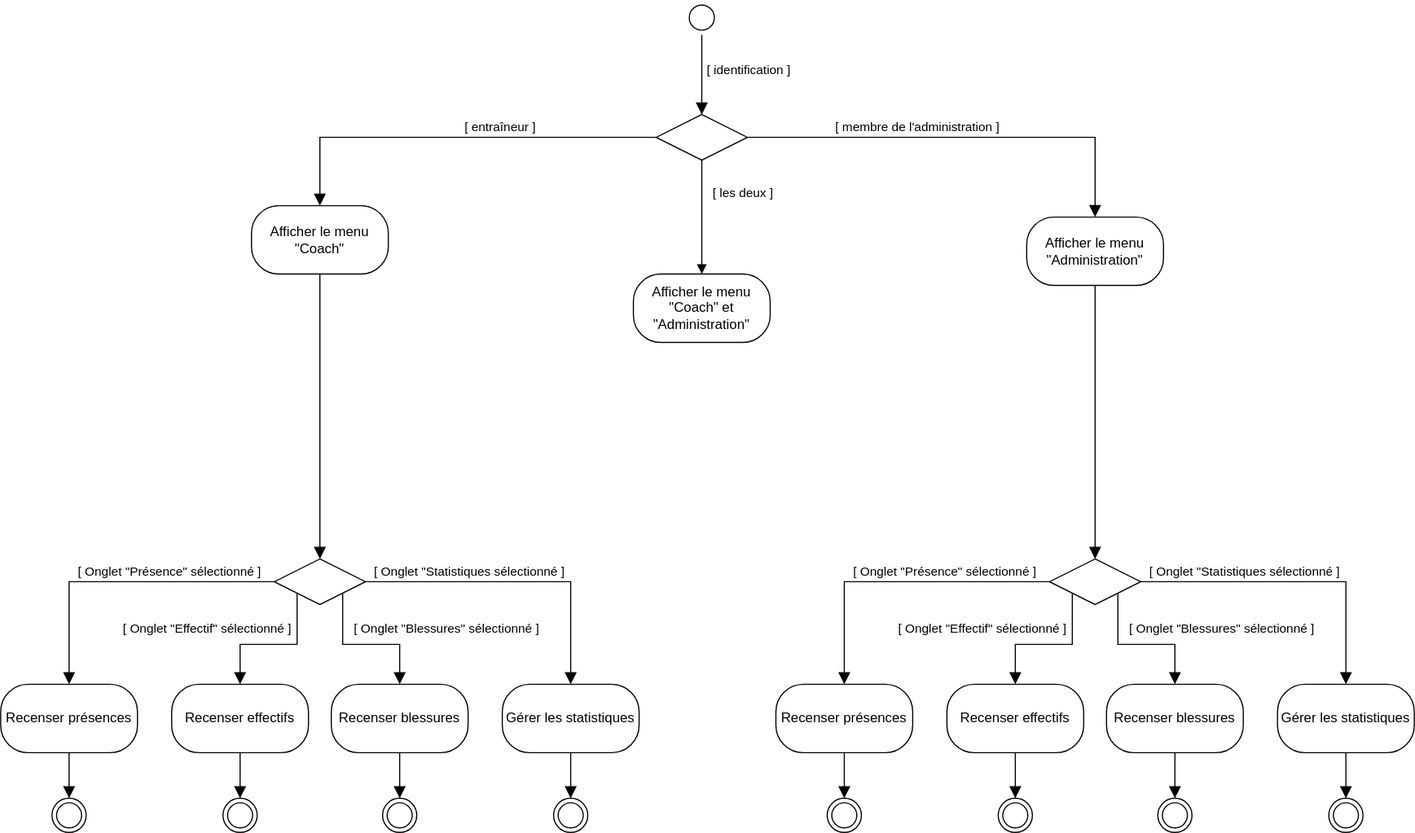
Above: UML/Diagrammes d'activité/Diagramme_Acitivité_Application.svg in CyberHati/Application_Gestion-d-effectif (draw.io), before the change. Source tidied: cells renumbered, new cells last; positions are measured from the earlier drawing's top-left corner, leaving out a move shared by most shapes. The source it was exported from:
```xml
<mxGraphModel>
  <root>
    <mxCell id="0" />
    <mxCell id="1" parent="0" />
    <mxCell id="2" style="ellipse;html=1;shape=startState;" parent="1" vertex="1">
      <mxGeometry x="600" width="30" height="30" as="geometry" />
    </mxCell>
    <mxCell id="3" style="edgeStyle=orthogonalEdgeStyle;html=1;verticalAlign=bottom;endArrow=block;endSize=8;rounded=0;endFill=1;exitX=0.5;exitY=1;exitDx=0;exitDy=0;entryX=0.5;entryY=0;entryDx=0;entryDy=0;" parent="1" edge="1" source="2" target="8">
      <mxGeometry relative="1" as="geometry" />
    </mxCell>
    <mxCell id="4" value="[ identification ]" style="edgeLabel;html=1;align=center;verticalAlign=middle;" parent="3" vertex="1">
      <mxGeometry x="-0.14" y="2" relative="1" as="geometry">
        <mxPoint x="38" as="offset" />
      </mxGeometry>
    </mxCell>
    <mxCell id="5" value="Afficher le menu &quot;Coach&quot;" style="rounded=1;whiteSpace=wrap;html=1;arcSize=40;" parent="1" vertex="1">
      <mxGeometry x="220" y="180" width="120" height="60" as="geometry" />
    </mxCell>
    <mxCell id="6" style="edgeStyle=orthogonalEdgeStyle;rounded=0;jettySize=auto;html=1;entryX=0.5;entryY=0;entryDx=0;entryDy=0;endArrow=block;endFill=1;" parent="1" edge="1" source="8" target="13">
      <mxGeometry relative="1" as="geometry" />
    </mxCell>
    <mxCell id="7" value="[ les deux ]" style="edgeLabel;html=1;align=center;verticalAlign=middle;" parent="6" vertex="1">
      <mxGeometry x="-0.31" y="-3" relative="1" as="geometry">
        <mxPoint x="38" y="-6" as="offset" />
      </mxGeometry>
    </mxCell>
    <mxCell id="8" style="rhombus;whiteSpace=wrap;html=1;" parent="1" vertex="1">
      <mxGeometry x="575" y="100" width="80" height="40" as="geometry" />
    </mxCell>
    <mxCell id="9" style="edgeStyle=orthogonalEdgeStyle;html=1;align=left;verticalAlign=bottom;endArrow=block;endSize=8;rounded=0;endFill=1;entryX=0.5;entryY=0;entryDx=0;entryDy=0;" parent="1" edge="1" source="8" target="14">
      <mxGeometry x="-0.79" y="10" relative="1" as="geometry" />
    </mxCell>
    <mxCell id="10" value="[ membre de l'administration ]" style="edgeLabel;html=1;align=center;verticalAlign=middle;" parent="9" vertex="1">
      <mxGeometry x="-0.37" y="3" relative="1" as="geometry">
        <mxPoint x="29" y="-7" as="offset" />
      </mxGeometry>
    </mxCell>
    <mxCell id="11" style="edgeStyle=orthogonalEdgeStyle;html=1;verticalAlign=bottom;endArrow=block;endSize=8;rounded=0;exitX=0;exitY=0.5;exitDx=0;exitDy=0;entryX=0.5;entryY=0;entryDx=0;entryDy=0;endFill=1;" parent="1" edge="1" source="8" target="5">
      <mxGeometry relative="1" as="geometry" />
    </mxCell>
    <mxCell id="12" value="[ entraîneur ]" style="edgeLabel;html=1;align=center;verticalAlign=middle;" parent="11" vertex="1">
      <mxGeometry x="-0.22" y="-2" relative="1" as="geometry">
        <mxPoint y="-8" as="offset" />
      </mxGeometry>
    </mxCell>
    <mxCell id="13" value="Afficher le menu &quot;Coach&quot; et &quot;Administration&quot;" style="rounded=1;whiteSpace=wrap;html=1;arcSize=40;" parent="1" vertex="1">
      <mxGeometry x="555" y="240" width="120" height="60" as="geometry" />
    </mxCell>
    <mxCell id="14" value="Afficher le menu &quot;Administration&quot;" style="rounded=1;whiteSpace=wrap;html=1;arcSize=40;" parent="1" vertex="1">
      <mxGeometry x="900" y="190" width="120" height="60" as="geometry" />
    </mxCell>
    <mxCell id="15" style="rhombus;whiteSpace=wrap;html=1;" parent="1" vertex="1">
      <mxGeometry x="240" y="490" width="80" height="40" as="geometry" />
    </mxCell>
    <mxCell id="16" style="edgeStyle=orthogonalEdgeStyle;html=1;align=left;verticalAlign=bottom;endArrow=block;endSize=8;rounded=0;endFill=1;entryX=0.5;entryY=0;entryDx=0;entryDy=0;exitX=0.5;exitY=1;exitDx=0;exitDy=0;" parent="1" edge="1" source="5" target="15">
      <mxGeometry x="-0.79" y="10" relative="1" as="geometry" />
    </mxCell>
    <mxCell id="17" value="Recenser effectifs" style="rounded=1;whiteSpace=wrap;html=1;arcSize=40;" parent="1" vertex="1">
      <mxGeometry x="150" y="600" width="120" height="60" as="geometry" />
    </mxCell>
    <mxCell id="18" value="Recenser blessures" style="rounded=1;whiteSpace=wrap;html=1;arcSize=40;" parent="1" vertex="1">
      <mxGeometry x="290" y="600" width="120" height="60" as="geometry" />
    </mxCell>
    <mxCell id="19" value="Gérer les statistiques" style="rounded=1;whiteSpace=wrap;html=1;arcSize=40;" parent="1" vertex="1">
      <mxGeometry x="440" y="600" width="120" height="60" as="geometry" />
    </mxCell>
    <mxCell id="20" value="&lt;div&gt;Recenser présences&lt;/div&gt;" style="rounded=1;whiteSpace=wrap;html=1;arcSize=40;" parent="1" vertex="1">
      <mxGeometry y="600" width="120" height="60" as="geometry" />
    </mxCell>
    <mxCell id="21" style="edgeStyle=orthogonalEdgeStyle;html=1;align=left;verticalAlign=bottom;endArrow=block;endSize=8;rounded=0;endFill=1;entryX=0.5;entryY=0;entryDx=0;entryDy=0;exitX=1;exitY=0.5;exitDx=0;exitDy=0;" parent="1" edge="1" source="15" target="19">
      <mxGeometry x="-0.79" y="10" relative="1" as="geometry" />
    </mxCell>
    <mxCell id="22" value="[ Onglet &quot;Statistiques sélectionné ]" style="edgeLabel;html=1;align=center;verticalAlign=middle;" parent="21" vertex="1">
      <mxGeometry x="-0.12" y="-1" relative="1" as="geometry">
        <mxPoint x="-29" y="-11" as="offset" />
      </mxGeometry>
    </mxCell>
    <mxCell id="23" style="edgeStyle=orthogonalEdgeStyle;html=1;align=left;verticalAlign=bottom;endArrow=block;endSize=8;rounded=0;endFill=1;entryX=0.5;entryY=0;entryDx=0;entryDy=0;exitX=1;exitY=1;exitDx=0;exitDy=0;" parent="1" edge="1" source="15" target="18">
      <mxGeometry x="-0.79" y="10" relative="1" as="geometry" />
    </mxCell>
    <mxCell id="24" value="[ Onglet &quot;Blessures&quot; sélectionné ]" style="edgeLabel;html=1;align=center;verticalAlign=middle;" parent="23" vertex="1">
      <mxGeometry x="-0.57" y="-1" relative="1" as="geometry">
        <mxPoint x="91" y="2" as="offset" />
      </mxGeometry>
    </mxCell>
    <mxCell id="25" style="edgeStyle=orthogonalEdgeStyle;html=1;align=left;verticalAlign=bottom;endArrow=block;endSize=8;rounded=0;endFill=1;entryX=0.5;entryY=0;entryDx=0;entryDy=0;exitX=0;exitY=1;exitDx=0;exitDy=0;" parent="1" edge="1" source="15" target="17">
      <mxGeometry x="-0.79" y="10" relative="1" as="geometry" />
    </mxCell>
    <mxCell id="26" value="[ Onglet &quot;Effectif&quot; sélectionné ]" style="edgeLabel;html=1;align=center;verticalAlign=middle;" parent="25" vertex="1">
      <mxGeometry x="0.17" y="1" relative="1" as="geometry">
        <mxPoint x="-49" y="-16" as="offset" />
      </mxGeometry>
    </mxCell>
    <mxCell id="27" style="edgeStyle=orthogonalEdgeStyle;html=1;align=left;verticalAlign=bottom;endArrow=block;endSize=8;rounded=0;endFill=1;entryX=0.5;entryY=0;entryDx=0;entryDy=0;exitX=0;exitY=0.5;exitDx=0;exitDy=0;" parent="1" edge="1" source="15" target="20">
      <mxGeometry x="-0.79" y="10" relative="1" as="geometry" />
    </mxCell>
    <mxCell id="28" value="[ Onglet &quot;Présence&quot; sélectionné ]" style="edgeLabel;html=1;align=center;verticalAlign=middle;" parent="27" vertex="1">
      <mxGeometry x="-0.31" y="1" relative="1" as="geometry">
        <mxPoint y="-11" as="offset" />
      </mxGeometry>
    </mxCell>
    <mxCell id="29" style="ellipse;html=1;shape=endState;fillColor=default;" parent="1" vertex="1">
      <mxGeometry x="335" y="700" width="30" height="30" as="geometry" />
    </mxCell>
    <mxCell id="30" style="ellipse;html=1;shape=endState;fillColor=default;" parent="1" vertex="1">
      <mxGeometry x="485" y="700" width="30" height="30" as="geometry" />
    </mxCell>
    <mxCell id="31" style="ellipse;html=1;shape=endState;fillColor=default;" parent="1" vertex="1">
      <mxGeometry x="195" y="700" width="30" height="30" as="geometry" />
    </mxCell>
    <mxCell id="32" style="ellipse;html=1;shape=endState;fillColor=default;" parent="1" vertex="1">
      <mxGeometry x="45" y="700" width="30" height="30" as="geometry" />
    </mxCell>
    <mxCell id="33" style="edgeStyle=orthogonalEdgeStyle;html=1;align=left;verticalAlign=bottom;endArrow=block;endSize=8;rounded=0;endFill=1;entryX=0.5;entryY=0;entryDx=0;entryDy=0;exitX=0.5;exitY=1;exitDx=0;exitDy=0;" parent="1" edge="1" source="20" target="32">
      <mxGeometry x="-0.79" y="10" relative="1" as="geometry" />
    </mxCell>
    <mxCell id="34" style="edgeStyle=orthogonalEdgeStyle;html=1;align=left;verticalAlign=bottom;endArrow=block;endSize=8;rounded=0;endFill=1;entryX=0.5;entryY=0;entryDx=0;entryDy=0;exitX=0.5;exitY=1;exitDx=0;exitDy=0;" parent="1" edge="1" source="19" target="30">
      <mxGeometry x="-0.79" y="10" relative="1" as="geometry" />
    </mxCell>
    <mxCell id="35" style="edgeStyle=orthogonalEdgeStyle;html=1;align=left;verticalAlign=bottom;endArrow=block;endSize=8;rounded=0;endFill=1;entryX=0.5;entryY=0;entryDx=0;entryDy=0;exitX=0.5;exitY=1;exitDx=0;exitDy=0;" parent="1" edge="1" source="17" target="31">
      <mxGeometry x="-0.79" y="10" relative="1" as="geometry" />
    </mxCell>
    <mxCell id="36" style="edgeStyle=orthogonalEdgeStyle;html=1;align=left;verticalAlign=bottom;endArrow=block;endSize=8;rounded=0;endFill=1;entryX=0.5;entryY=0;entryDx=0;entryDy=0;exitX=0.5;exitY=1;exitDx=0;exitDy=0;" parent="1" edge="1" source="18" target="29">
      <mxGeometry x="-0.79" y="10" relative="1" as="geometry" />
    </mxCell>
    <mxCell id="37" style="rhombus;whiteSpace=wrap;html=1;" parent="1" vertex="1">
      <mxGeometry x="920" y="490" width="80" height="40" as="geometry" />
    </mxCell>
    <mxCell id="38" value="Recenser effectifs" style="rounded=1;whiteSpace=wrap;html=1;arcSize=40;" parent="1" vertex="1">
      <mxGeometry x="830" y="600" width="120" height="60" as="geometry" />
    </mxCell>
    <mxCell id="39" value="Recenser blessures" style="rounded=1;whiteSpace=wrap;html=1;arcSize=40;" parent="1" vertex="1">
      <mxGeometry x="970" y="600" width="120" height="60" as="geometry" />
    </mxCell>
    <mxCell id="40" value="Gérer les statistiques" style="rounded=1;whiteSpace=wrap;html=1;arcSize=40;" parent="1" vertex="1">
      <mxGeometry x="1120" y="600" width="120" height="60" as="geometry" />
    </mxCell>
    <mxCell id="41" value="&lt;div&gt;Recenser présences&lt;/div&gt;" style="rounded=1;whiteSpace=wrap;html=1;arcSize=40;" parent="1" vertex="1">
      <mxGeometry x="680" y="600" width="120" height="60" as="geometry" />
    </mxCell>
    <mxCell id="42" style="edgeStyle=orthogonalEdgeStyle;html=1;align=left;verticalAlign=bottom;endArrow=block;endSize=8;rounded=0;endFill=1;entryX=0.5;entryY=0;entryDx=0;entryDy=0;exitX=1;exitY=0.5;exitDx=0;exitDy=0;" parent="1" edge="1" source="37" target="40">
      <mxGeometry x="-0.79" y="10" relative="1" as="geometry" />
    </mxCell>
    <mxCell id="43" value="[ Onglet &quot;Statistiques sélectionné ]" style="edgeLabel;html=1;align=center;verticalAlign=middle;" parent="42" vertex="1">
      <mxGeometry x="-0.12" y="-1" relative="1" as="geometry">
        <mxPoint x="-29" y="-11" as="offset" />
      </mxGeometry>
    </mxCell>
    <mxCell id="44" style="edgeStyle=orthogonalEdgeStyle;html=1;align=left;verticalAlign=bottom;endArrow=block;endSize=8;rounded=0;endFill=1;entryX=0.5;entryY=0;entryDx=0;entryDy=0;exitX=1;exitY=1;exitDx=0;exitDy=0;" parent="1" edge="1" source="37" target="39">
      <mxGeometry x="-0.79" y="10" relative="1" as="geometry" />
    </mxCell>
    <mxCell id="45" value="[ Onglet &quot;Blessures&quot; sélectionné ]" style="edgeLabel;html=1;align=center;verticalAlign=middle;" parent="44" vertex="1">
      <mxGeometry x="-0.57" y="-1" relative="1" as="geometry">
        <mxPoint x="91" y="2" as="offset" />
      </mxGeometry>
    </mxCell>
    <mxCell id="46" style="edgeStyle=orthogonalEdgeStyle;html=1;align=left;verticalAlign=bottom;endArrow=block;endSize=8;rounded=0;endFill=1;entryX=0.5;entryY=0;entryDx=0;entryDy=0;exitX=0;exitY=1;exitDx=0;exitDy=0;" parent="1" edge="1" source="37" target="38">
      <mxGeometry x="-0.79" y="10" relative="1" as="geometry" />
    </mxCell>
    <mxCell id="47" value="[ Onglet &quot;Effectif&quot; sélectionné ]" style="edgeLabel;html=1;align=center;verticalAlign=middle;" parent="46" vertex="1">
      <mxGeometry x="0.17" y="1" relative="1" as="geometry">
        <mxPoint x="-49" y="-16" as="offset" />
      </mxGeometry>
    </mxCell>
    <mxCell id="48" style="edgeStyle=orthogonalEdgeStyle;html=1;align=left;verticalAlign=bottom;endArrow=block;endSize=8;rounded=0;endFill=1;entryX=0.5;entryY=0;entryDx=0;entryDy=0;exitX=0;exitY=0.5;exitDx=0;exitDy=0;" parent="1" edge="1" source="37" target="41">
      <mxGeometry x="-0.79" y="10" relative="1" as="geometry" />
    </mxCell>
    <mxCell id="49" value="[ Onglet &quot;Présence&quot; sélectionné ]" style="edgeLabel;html=1;align=center;verticalAlign=middle;" parent="48" vertex="1">
      <mxGeometry x="-0.31" y="1" relative="1" as="geometry">
        <mxPoint y="-11" as="offset" />
      </mxGeometry>
    </mxCell>
    <mxCell id="50" style="ellipse;html=1;shape=endState;fillColor=default;" parent="1" vertex="1">
      <mxGeometry x="1015" y="700" width="30" height="30" as="geometry" />
    </mxCell>
    <mxCell id="51" style="ellipse;html=1;shape=endState;fillColor=default;" parent="1" vertex="1">
      <mxGeometry x="1165" y="700" width="30" height="30" as="geometry" />
    </mxCell>
    <mxCell id="52" style="ellipse;html=1;shape=endState;fillColor=default;" parent="1" vertex="1">
      <mxGeometry x="875" y="700" width="30" height="30" as="geometry" />
    </mxCell>
    <mxCell id="53" style="ellipse;html=1;shape=endState;fillColor=default;" parent="1" vertex="1">
      <mxGeometry x="725" y="700" width="30" height="30" as="geometry" />
    </mxCell>
    <mxCell id="54" style="edgeStyle=orthogonalEdgeStyle;html=1;align=left;verticalAlign=bottom;endArrow=block;endSize=8;rounded=0;endFill=1;entryX=0.5;entryY=0;entryDx=0;entryDy=0;exitX=0.5;exitY=1;exitDx=0;exitDy=0;" parent="1" edge="1" source="41" target="53">
      <mxGeometry x="-0.79" y="10" relative="1" as="geometry" />
    </mxCell>
    <mxCell id="55" style="edgeStyle=orthogonalEdgeStyle;html=1;align=left;verticalAlign=bottom;endArrow=block;endSize=8;rounded=0;endFill=1;entryX=0.5;entryY=0;entryDx=0;entryDy=0;exitX=0.5;exitY=1;exitDx=0;exitDy=0;" parent="1" edge="1" source="40" target="51">
      <mxGeometry x="-0.79" y="10" relative="1" as="geometry" />
    </mxCell>
    <mxCell id="56" style="edgeStyle=orthogonalEdgeStyle;html=1;align=left;verticalAlign=bottom;endArrow=block;endSize=8;rounded=0;endFill=1;entryX=0.5;entryY=0;entryDx=0;entryDy=0;exitX=0.5;exitY=1;exitDx=0;exitDy=0;" parent="1" edge="1" source="38" target="52">
      <mxGeometry x="-0.79" y="10" relative="1" as="geometry" />
    </mxCell>
    <mxCell id="57" style="edgeStyle=orthogonalEdgeStyle;html=1;align=left;verticalAlign=bottom;endArrow=block;endSize=8;rounded=0;endFill=1;entryX=0.5;entryY=0;entryDx=0;entryDy=0;exitX=0.5;exitY=1;exitDx=0;exitDy=0;" parent="1" edge="1" source="39" target="50">
      <mxGeometry x="-0.79" y="10" relative="1" as="geometry" />
    </mxCell>
    <mxCell id="58" style="edgeStyle=orthogonalEdgeStyle;html=1;align=left;verticalAlign=bottom;endArrow=block;endSize=8;rounded=0;endFill=1;entryX=0.5;entryY=0;entryDx=0;entryDy=0;exitX=0.5;exitY=1;exitDx=0;exitDy=0;" parent="1" edge="1" source="14" target="37">
      <mxGeometry x="-0.79" y="10" relative="1" as="geometry" />
    </mxCell>
  </root>
</mxGraphModel>
```
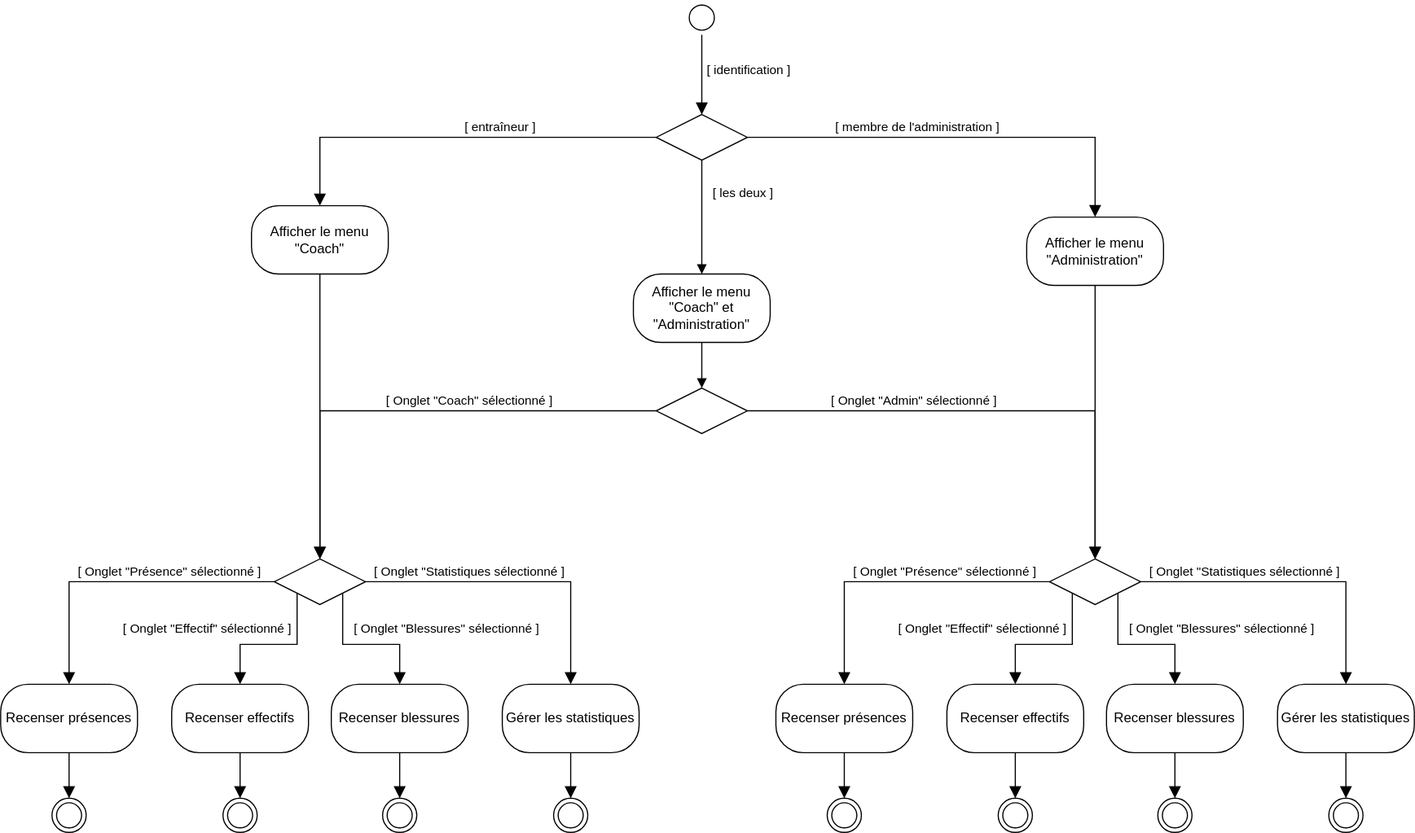
After the change.

Commit message:
Mettre à jour Diagramme_Acitivité_Application.svg

The edit, as a diff of the source:
```diff
@@ -197,5 +197,27 @@
     <mxCell id="58" style="edgeStyle=orthogonalEdgeStyle;html=1;align=left;verticalAlign=bottom;endArrow=block;endSize=8;rounded=0;endFill=1;entryX=0.5;entryY=0;entryDx=0;entryDy=0;exitX=0.5;exitY=1;exitDx=0;exitDy=0;" parent="1" edge="1" source="14" target="37">
       <mxGeometry x="-0.79" y="10" relative="1" as="geometry" />
     </mxCell>
+    <mxCell id="59" style="rhombus;whiteSpace=wrap;html=1;" parent="1" vertex="1">
+      <mxGeometry x="575" y="340" width="80" height="40" as="geometry" />
+    </mxCell>
+    <mxCell id="60" style="edgeStyle=orthogonalEdgeStyle;html=1;align=left;verticalAlign=bottom;endArrow=block;endSize=8;rounded=0;endFill=1;entryX=0.5;entryY=0;entryDx=0;entryDy=0;" parent="1" edge="1" source="59" target="37">
+      <mxGeometry x="-1" relative="1" as="geometry" />
+    </mxCell>
+    <mxCell id="61" value="[ Onglet &quot;Admin&quot; sélectionné ]" style="edgeLabel;html=1;align=center;verticalAlign=middle;" parent="60" vertex="1">
+      <mxGeometry x="-0.37" y="-2" relative="1" as="geometry">
+        <mxPoint x="8" y="-12" as="offset" />
+      </mxGeometry>
+    </mxCell>
+    <mxCell id="62" style="edgeStyle=orthogonalEdgeStyle;html=1;align=left;verticalAlign=top;endArrow=block;endSize=8;rounded=0;exitX=0;exitY=0.5;exitDx=0;exitDy=0;entryX=0.5;entryY=0;entryDx=0;entryDy=0;endFill=1;" parent="1" edge="1" source="59" target="15">
+      <mxGeometry x="-1" relative="1" as="geometry" />
+    </mxCell>
+    <mxCell id="63" value="&lt;div&gt;[ Onglet &quot;Coach&quot; sélectionné ]&lt;/div&gt;" style="edgeLabel;html=1;align=center;verticalAlign=middle;" parent="62" vertex="1">
+      <mxGeometry x="-0.38" y="2" relative="1" as="geometry">
+        <mxPoint x="-33" y="-12" as="offset" />
+      </mxGeometry>
+    </mxCell>
+    <mxCell id="64" style="edgeStyle=orthogonalEdgeStyle;rounded=0;jettySize=auto;html=1;entryX=0.5;entryY=0;entryDx=0;entryDy=0;endArrow=block;endFill=1;exitX=0.5;exitY=1;exitDx=0;exitDy=0;" parent="1" edge="1" source="13" target="59">
+      <mxGeometry relative="1" as="geometry" />
+    </mxCell>
   </root>
 </mxGraphModel>
```
